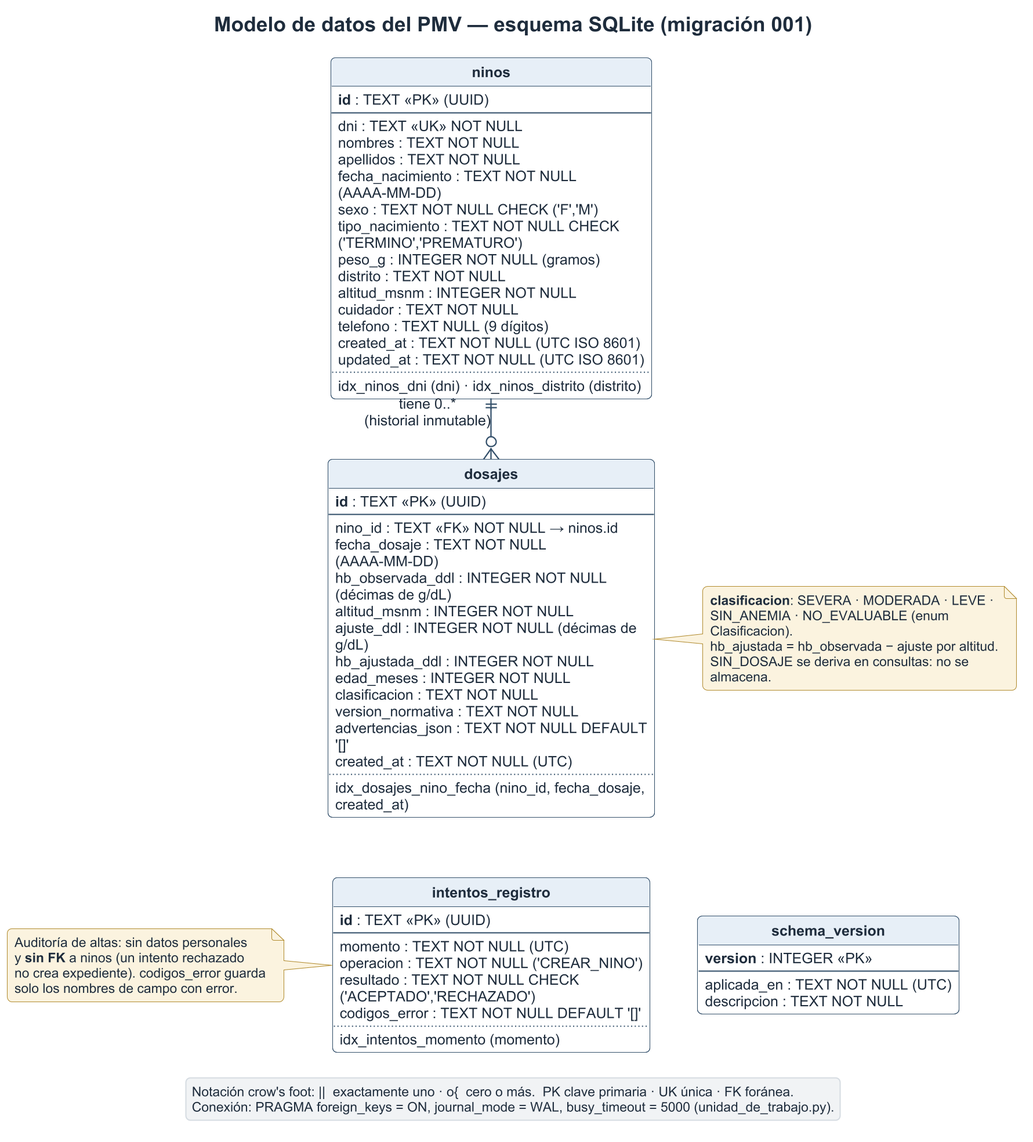
Before: diagramas/png/08_modelo_datos.png, a diagram exported from PlantUML (woshtsu/ProcesosSoftwareAnemia). Its diagram source:
```plantuml
@startuml 08_modelo_datos
skinparamlocked dpi 200
!include _tema.puml
hide circle
hide methods
skinparam linetype ortho
title Modelo de datos del PMV — esquema SQLite (migración 001)

entity "ninos" as ninos {
  **id** : TEXT <<PK>> (UUID)
  --
  dni : TEXT <<UK>> NOT NULL
  nombres : TEXT NOT NULL
  apellidos : TEXT NOT NULL
  fecha_nacimiento : TEXT NOT NULL (AAAA-MM-DD)
  sexo : TEXT NOT NULL CHECK ('F','M')
  tipo_nacimiento : TEXT NOT NULL CHECK ('TERMINO','PREMATURO')
  peso_g : INTEGER NOT NULL (gramos)
  distrito : TEXT NOT NULL
  altitud_msnm : INTEGER NOT NULL
  cuidador : TEXT NOT NULL
  telefono : TEXT NULL (9 dígitos)
  created_at : TEXT NOT NULL (UTC ISO 8601)
  updated_at : TEXT NOT NULL (UTC ISO 8601)
  ..
  idx_ninos_dni (dni) · idx_ninos_distrito (distrito)
}

entity "dosajes" as dosajes {
  **id** : TEXT <<PK>> (UUID)
  --
  nino_id : TEXT <<FK>> NOT NULL → ninos.id
  fecha_dosaje : TEXT NOT NULL (AAAA-MM-DD)
  hb_observada_ddl : INTEGER NOT NULL (décimas de g/dL)
  altitud_msnm : INTEGER NOT NULL
  ajuste_ddl : INTEGER NOT NULL (décimas de g/dL)
  hb_ajustada_ddl : INTEGER NOT NULL
  edad_meses : INTEGER NOT NULL
  clasificacion : TEXT NOT NULL
  version_normativa : TEXT NOT NULL
  advertencias_json : TEXT NOT NULL DEFAULT '[]'
  created_at : TEXT NOT NULL (UTC)
  ..
  idx_dosajes_nino_fecha (nino_id, fecha_dosaje, created_at)
}

entity "intentos_registro" as intentos {
  **id** : TEXT <<PK>> (UUID)
  --
  momento : TEXT NOT NULL (UTC)
  operacion : TEXT NOT NULL ('CREAR_NINO')
  resultado : TEXT NOT NULL CHECK ('ACEPTADO','RECHAZADO')
  codigos_error : TEXT NOT NULL DEFAULT '[]'
  ..
  idx_intentos_momento (momento)
}

entity "schema_version" as sv {
  **version** : INTEGER <<PK>>
  --
  aplicada_en : TEXT NOT NULL (UTC)
  descripcion : TEXT NOT NULL
}

ninos ||--o{ dosajes : "tiene 0..*\n(historial inmutable)"
intentos -[hidden]right- sv
dosajes -[hidden]down- intentos

note right of dosajes
  **clasificacion**: SEVERA · MODERADA · LEVE ·
  SIN_ANEMIA · NO_EVALUABLE (enum Clasificacion).
  hb_ajustada = hb_observada − ajuste por altitud.
  SIN_DOSAJE se deriva en consultas: no se almacena.
end note

note left of intentos
  Auditoría de altas: sin datos personales
  y **sin FK** a ninos (un intento rechazado
  no crea expediente). codigos_error guarda
  solo los nombres de campo con error.
end note

legend bottom
  Notación crow's foot: ||  exactamente uno · o{  cero o más.  PK clave primaria · UK única · FK foránea.
  Conexión: PRAGMA foreign_keys = ON, journal_mode = WAL, busy_timeout = 5000 (unidad_de_trabajo.py).
endlegend
@enduml
```
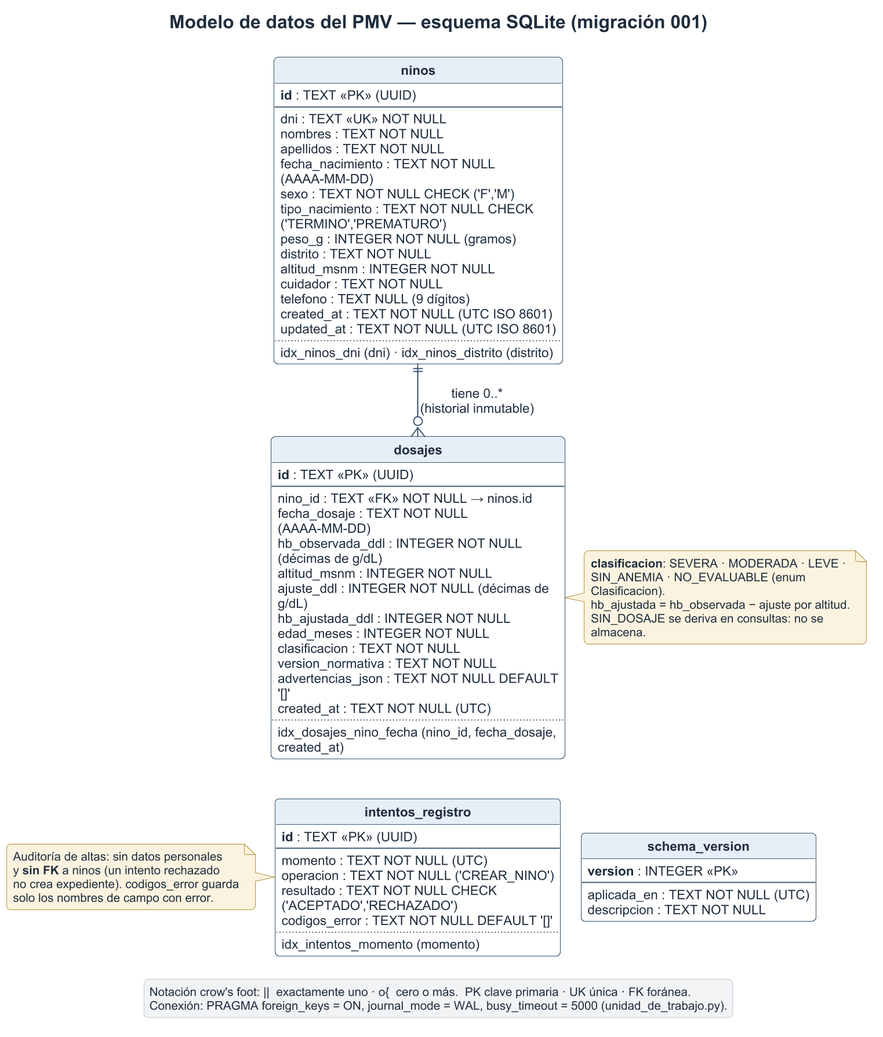
Above is the later version.

What changed in the source:
```diff
@@ -1,5 +1,5 @@
 @startuml 08_modelo_datos
-skinparamlocked dpi 200
+skinparamlocked dpi 180
 !include _tema.puml
 hide circle
 hide methods
```
